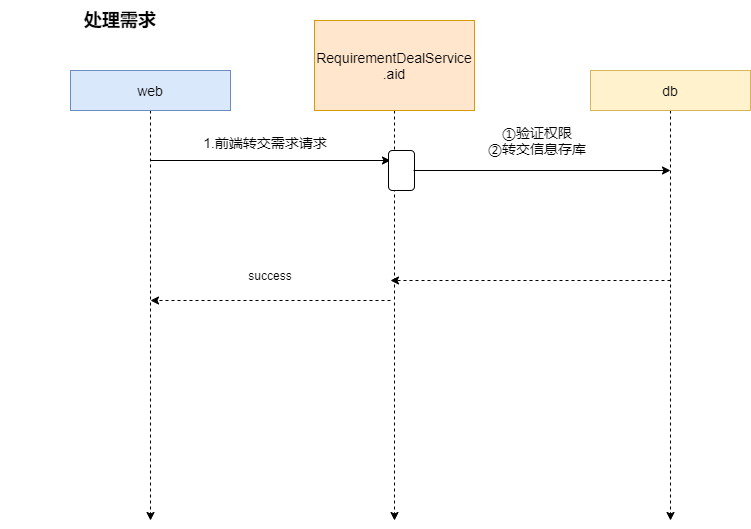
Earlier version of the draw.io export Company/Untitled deal.png (LePeitiPrince/note-picture). Source tidied: cells renumbered, new cells last; positions are measured from the earlier drawing's top-left corner, leaving out a move shared by most shapes.
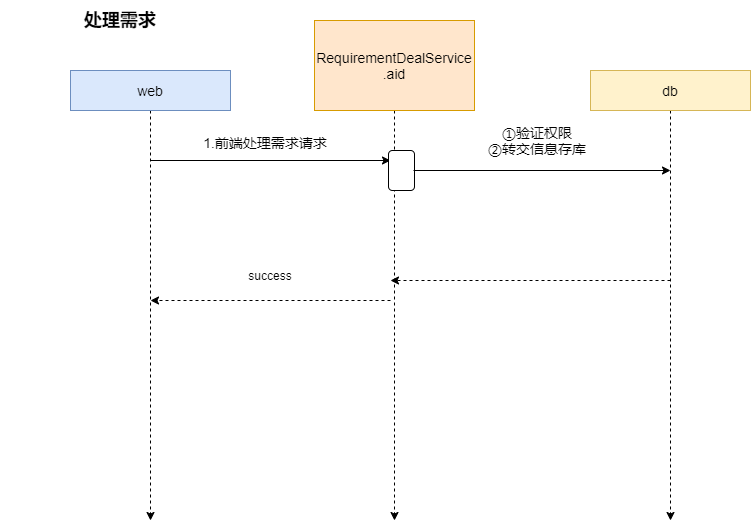
After the commit.

The edit, as a diff of the source:
```diff
@@ -32,7 +32,7 @@
         <mxPoint x="390" y="160" as="targetPoint" />
       </mxGeometry>
     </mxCell>
-    <mxCell id="9" value="1.前端转交需求请求" style="text;html=1;strokeColor=none;fillColor=none;align=center;verticalAlign=middle;whiteSpace=wrap;rounded=0;fontSize=14;" parent="1" vertex="1">
+    <mxCell id="9" value="1.前端处理需求请求" style="text;html=1;strokeColor=none;fillColor=none;align=center;verticalAlign=middle;whiteSpace=wrap;rounded=0;fontSize=14;" parent="1" vertex="1">
       <mxGeometry x="170" y="127" width="190" height="30" as="geometry" />
     </mxCell>
     <mxCell id="10" style="rounded=1;whiteSpace=wrap;html=1;fontSize=14;" parent="1" vertex="1">
```
